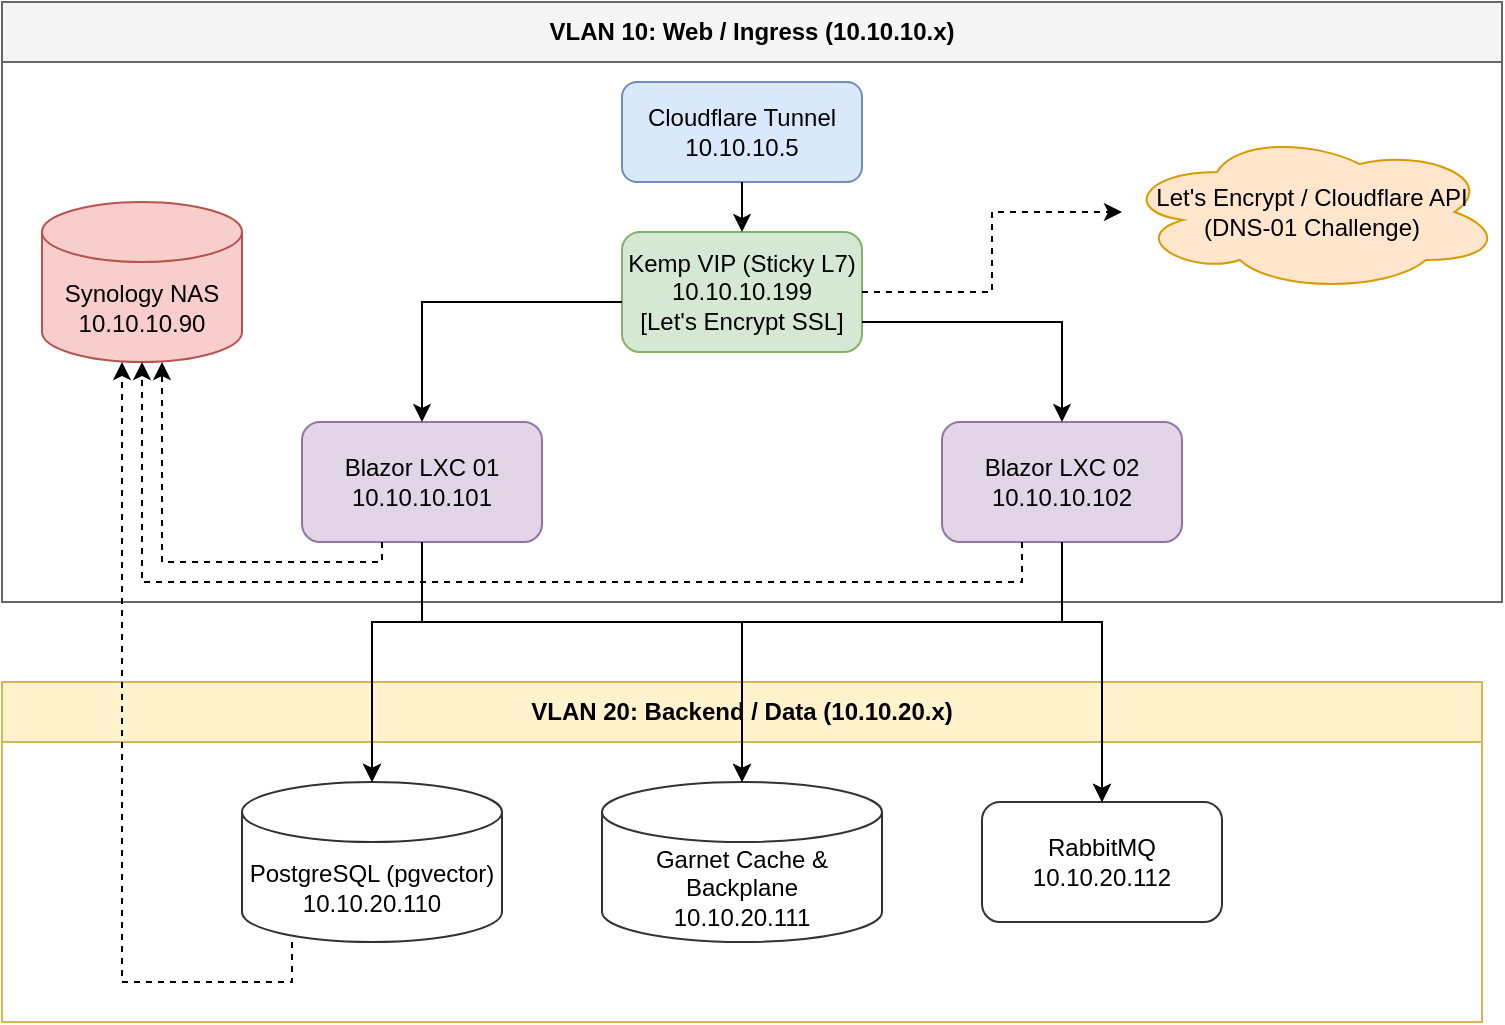
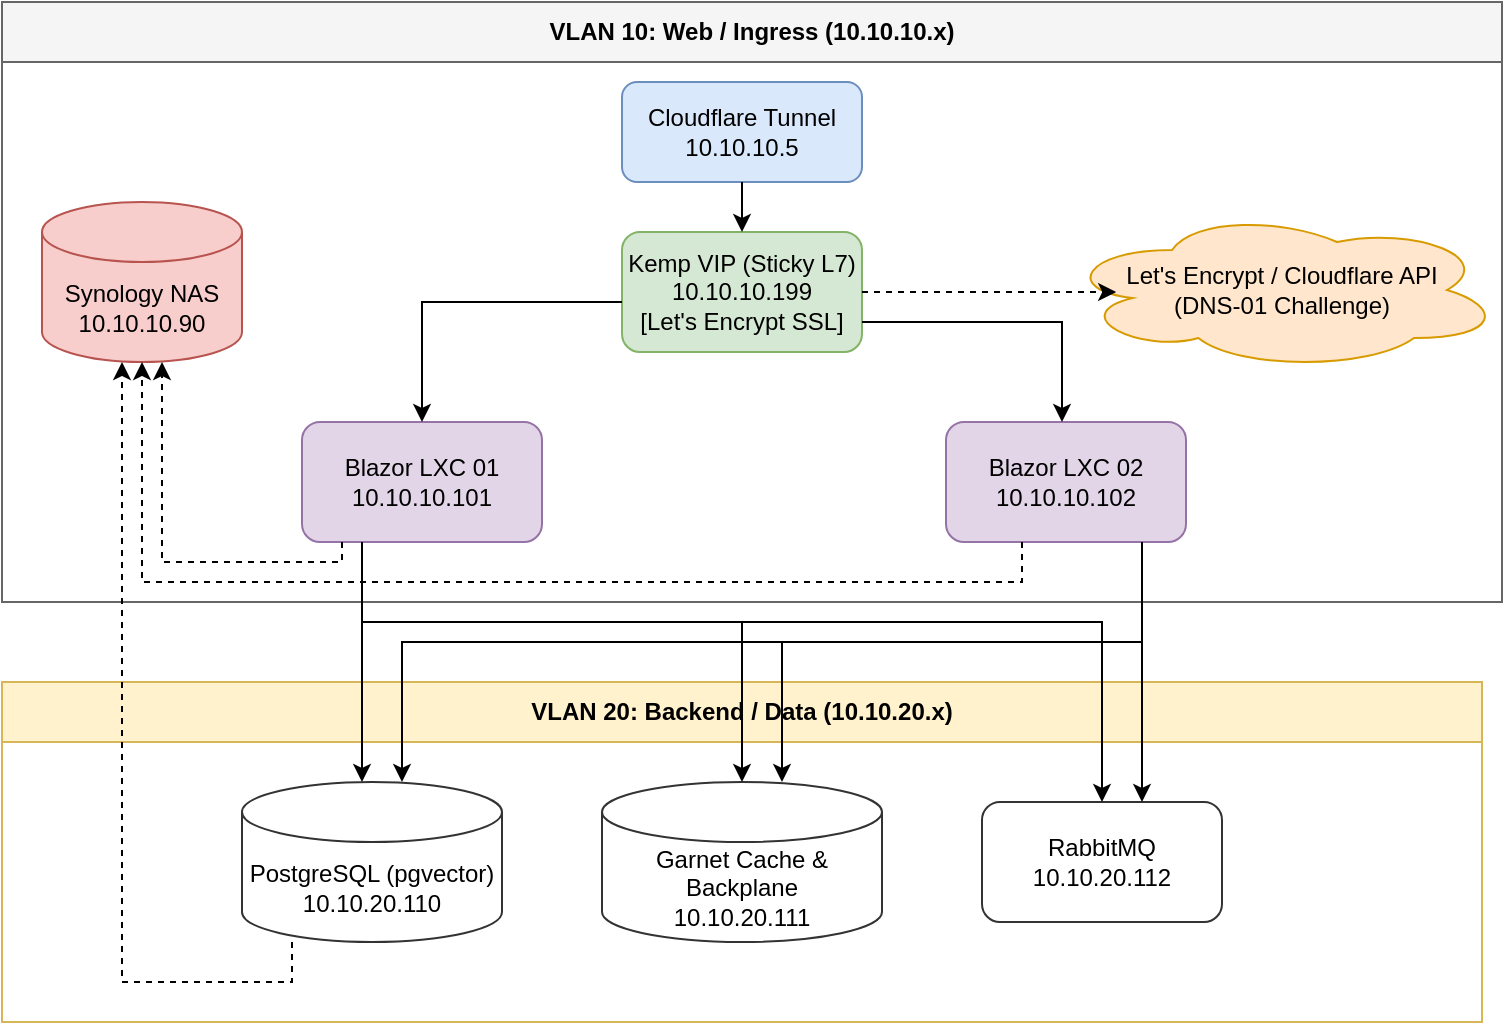
<mxfile host="65bd71144e">
    <diagram id="arch" name="Architecture">
-         <mxGraphModel dx="766" dy="645" grid="1" gridSize="10" guides="1" tooltips="1" connect="1" arrows="1" fold="1" page="1" pageScale="1" pageWidth="827" pageHeight="1169" math="0" shadow="0">
+         <mxGraphModel dx="901" dy="759" grid="1" gridSize="10" guides="1" tooltips="1" connect="1" arrows="1" fold="1" page="1" pageScale="1" pageWidth="827" pageHeight="1169" math="0" shadow="0">
            <root>
                <mxCell id="0"/>
                <mxCell id="1" parent="0"/>
                <mxCell id="vlan10" value="VLAN 10: Web / Ingress (10.10.10.x)" style="swimlane;whiteSpace=wrap;html=1;startSize=30;fillColor=#f5f5f5;strokeColor=#666666;" parent="1" vertex="1">
                    <mxGeometry x="40" y="40" width="750" height="300" as="geometry"/>
                </mxCell>
                <mxCell id="2" value="Kemp VIP (Sticky L7)&#xa;10.10.10.199&#xa;[Let&#39;s Encrypt SSL]" style="rounded=1;whiteSpace=wrap;html=1;fillColor=#d5e8d4;strokeColor=#82b366;" vertex="1" parent="vlan10">
                    <mxGeometry x="310" y="115" width="120" height="60" as="geometry"/>
                </mxCell>
                <mxCell id="3" value="Let&#39;s Encrypt / Cloudflare API&#xa;(DNS-01 Challenge)" style="ellipse;shape=cloud;whiteSpace=wrap;html=1;fillColor=#ffe6cc;strokeColor=#d79b00;" vertex="1" parent="vlan10">
-                     <mxGeometry x="560" y="65" width="190" height="80" as="geometry"/>
+                     <mxGeometry x="530" y="104" width="220" height="80" as="geometry"/>
                </mxCell>
-                 <mxCell id="4" style="edgeStyle=orthogonalEdgeStyle;rounded=0;orthogonalLoop=1;jettySize=auto;html=1;dashed=1;" edge="1" parent="vlan10" source="2" target="3">
-                     <mxGeometry relative="1" as="geometry"/>
+                 <mxCell id="4" style="edgeStyle=orthogonalEdgeStyle;rounded=0;orthogonalLoop=1;jettySize=auto;html=1;dashed=1;entryX=0.123;entryY=0.513;entryDx=0;entryDy=0;entryPerimeter=0;" edge="1" parent="vlan10" source="2" target="3">
+                     <mxGeometry relative="1" as="geometry">
+                         <mxPoint x="550" y="80" as="targetPoint"/>
+                         <Array as="points">
+                             <mxPoint x="557" y="145"/>
+                         </Array>
+                     </mxGeometry>
                </mxCell>
                <mxCell id="cloudflare" value="Cloudflare Tunnel&#xa;10.10.10.5" style="rounded=1;whiteSpace=wrap;html=1;fillColor=#dae8fc;strokeColor=#6c8ebf;" parent="vlan10" vertex="1">
                    <mxGeometry x="310" y="40" width="120" height="50" as="geometry"/>
                </mxCell>
                <mxCell id="blazor1" value="Blazor LXC 01&#xa;10.10.10.101" style="rounded=1;whiteSpace=wrap;html=1;fillColor=#e1d5e7;strokeColor=#9673a6;" parent="vlan10" vertex="1">
                    <mxGeometry x="150" y="210" width="120" height="60" as="geometry"/>
                </mxCell>
                <mxCell id="blazor2" value="Blazor LXC 02&#xa;10.10.10.102" style="rounded=1;whiteSpace=wrap;html=1;fillColor=#e1d5e7;strokeColor=#9673a6;" parent="vlan10" vertex="1">
-                     <mxGeometry x="470" y="210" width="120" height="60" as="geometry"/>
+                     <mxGeometry x="472" y="210" width="120" height="60" as="geometry"/>
                </mxCell>
                <mxCell id="nas" value="Synology NAS&#xa;10.10.10.90" style="shape=cylinder3;whiteSpace=wrap;html=1;boundedLbl=1;backgroundOutline=1;size=15;fillColor=#f8cecc;strokeColor=#b85450;" parent="vlan10" vertex="1">
                    <mxGeometry x="20" y="100" width="100" height="80" as="geometry"/>
                </mxCell>
                <mxCell id="e3" style="edgeStyle=orthogonalEdgeStyle;rounded=0;orthogonalLoop=1;jettySize=auto;html=1;" parent="vlan10" source="2" target="blazor2" edge="1">
                    <mxGeometry relative="1" as="geometry">
                        <mxPoint x="430" y="140" as="sourcePoint"/>
                        <Array as="points">
                            <mxPoint x="530" y="160"/>
                        </Array>
                    </mxGeometry>
                </mxCell>
                <mxCell id="e2" style="edgeStyle=orthogonalEdgeStyle;rounded=0;orthogonalLoop=1;jettySize=auto;html=1;" parent="vlan10" source="2" target="blazor1" edge="1">
                    <mxGeometry relative="1" as="geometry">
                        <mxPoint x="310" y="140" as="sourcePoint"/>
                        <Array as="points">
                            <mxPoint x="210" y="150"/>
                        </Array>
                    </mxGeometry>
                </mxCell>
                <mxCell id="e1" style="edgeStyle=orthogonalEdgeStyle;rounded=0;orthogonalLoop=1;jettySize=auto;html=1;" parent="vlan10" source="cloudflare" target="2" edge="1">
                    <mxGeometry relative="1" as="geometry">
                        <mxPoint x="370" y="115" as="targetPoint"/>
                    </mxGeometry>
                </mxCell>
                <mxCell id="vlan20" value="VLAN 20: Backend / Data (10.10.20.x)" style="swimlane;whiteSpace=wrap;html=1;startSize=30;fillColor=#fff2cc;strokeColor=#d6b656;" parent="1" vertex="1">
                    <mxGeometry x="40" y="380" width="740" height="170" as="geometry"/>
                </mxCell>
                <mxCell id="postgres" value="PostgreSQL (pgvector)&#xa;10.10.20.110" style="shape=cylinder3;whiteSpace=wrap;html=1;boundedLbl=1;backgroundOutline=1;size=15;fillColor=#ffffff;strokeColor=#333333;" parent="vlan20" vertex="1">
                    <mxGeometry x="120" y="50" width="130" height="80" as="geometry"/>
                </mxCell>
                <mxCell id="garnet" value="Garnet Cache &amp; Backplane&#xa;10.10.20.111" style="shape=cylinder3;whiteSpace=wrap;html=1;boundedLbl=1;backgroundOutline=1;size=15;fillColor=#ffffff;strokeColor=#333333;" parent="vlan20" vertex="1">
                    <mxGeometry x="300" y="50" width="140" height="80" as="geometry"/>
                </mxCell>
                <mxCell id="rabbitmq" value="RabbitMQ&#xa;10.10.20.112" style="rounded=1;whiteSpace=wrap;html=1;fillColor=#ffffff;strokeColor=#333333;" parent="vlan20" vertex="1">
                    <mxGeometry x="490" y="60" width="120" height="60" as="geometry"/>
                </mxCell>
                <mxCell id="w1_pg" style="edgeStyle=orthogonalEdgeStyle;rounded=0;orthogonalLoop=1;jettySize=auto;html=1;" parent="1" source="blazor1" target="postgres" edge="1">
                    <mxGeometry relative="1" as="geometry">
                        <Array as="points">
-                             <mxPoint x="250" y="350"/>
-                             <mxPoint x="225" y="350"/>
+                             <mxPoint x="220" y="370"/>
+                             <mxPoint x="220" y="370"/>
                        </Array>
                    </mxGeometry>
                </mxCell>
                <mxCell id="w1_gar" style="edgeStyle=orthogonalEdgeStyle;rounded=0;orthogonalLoop=1;jettySize=auto;html=1;" parent="1" source="blazor1" target="garnet" edge="1">
                    <mxGeometry relative="1" as="geometry">
                        <Array as="points">
-                             <mxPoint x="250" y="350"/>
+                             <mxPoint x="220" y="350"/>
                            <mxPoint x="410" y="350"/>
                        </Array>
                    </mxGeometry>
                </mxCell>
                <mxCell id="w1_rmq" style="edgeStyle=orthogonalEdgeStyle;rounded=0;orthogonalLoop=1;jettySize=auto;html=1;" parent="1" source="blazor1" target="rabbitmq" edge="1">
                    <mxGeometry relative="1" as="geometry">
                        <Array as="points">
-                             <mxPoint x="250" y="350"/>
+                             <mxPoint x="220" y="350"/>
                            <mxPoint x="590" y="350"/>
                        </Array>
                    </mxGeometry>
                </mxCell>
                <mxCell id="w1_nas" style="edgeStyle=orthogonalEdgeStyle;rounded=0;orthogonalLoop=1;jettySize=auto;dashed=1;" parent="1" source="blazor1" target="nas" edge="1">
                    <mxGeometry relative="1" as="geometry">
                        <Array as="points">
-                             <mxPoint x="230" y="320"/>
+                             <mxPoint x="210" y="320"/>
                            <mxPoint x="120" y="320"/>
                        </Array>
                    </mxGeometry>
                </mxCell>
                <mxCell id="w2_pg" style="edgeStyle=orthogonalEdgeStyle;rounded=0;orthogonalLoop=1;jettySize=auto;html=1;" parent="1" source="blazor2" target="postgres" edge="1">
                    <mxGeometry relative="1" as="geometry">
                        <Array as="points">
-                             <mxPoint x="570" y="350"/>
-                             <mxPoint x="225" y="350"/>
+                             <mxPoint x="610" y="360"/>
+                             <mxPoint x="240" y="360"/>
                        </Array>
                    </mxGeometry>
                </mxCell>
                <mxCell id="w2_gar" style="edgeStyle=orthogonalEdgeStyle;rounded=0;orthogonalLoop=1;jettySize=auto;html=1;" parent="1" source="blazor2" target="garnet" edge="1">
                    <mxGeometry relative="1" as="geometry">
                        <Array as="points">
-                             <mxPoint x="570" y="350"/>
-                             <mxPoint x="410" y="350"/>
+                             <mxPoint x="610" y="360"/>
+                             <mxPoint x="430" y="360"/>
                        </Array>
                    </mxGeometry>
                </mxCell>
                <mxCell id="w2_rmq" style="edgeStyle=orthogonalEdgeStyle;rounded=0;orthogonalLoop=1;jettySize=auto;html=1;" parent="1" source="blazor2" target="rabbitmq" edge="1">
                    <mxGeometry relative="1" as="geometry">
                        <Array as="points">
-                             <mxPoint x="570" y="350"/>
-                             <mxPoint x="590" y="350"/>
+                             <mxPoint x="610" y="330"/>
+                             <mxPoint x="610" y="330"/>
                        </Array>
                    </mxGeometry>
                </mxCell>
                <mxCell id="w2_nas" style="edgeStyle=orthogonalEdgeStyle;rounded=0;orthogonalLoop=1;jettySize=auto;dashed=1;" parent="1" source="blazor2" target="nas" edge="1">
                    <mxGeometry relative="1" as="geometry">
                        <Array as="points">
                            <mxPoint x="550" y="330"/>
                            <mxPoint x="110" y="330"/>
                        </Array>
                    </mxGeometry>
                </mxCell>
                <mxCell id="pg_nas" style="edgeStyle=orthogonalEdgeStyle;rounded=0;orthogonalLoop=1;jettySize=auto;html=1;dashed=1;" parent="1" source="postgres" target="nas" edge="1">
                    <mxGeometry relative="1" as="geometry">
                        <Array as="points">
                            <mxPoint x="185" y="530"/>
                            <mxPoint x="100" y="530"/>
                        </Array>
                    </mxGeometry>
                </mxCell>
            </root>
        </mxGraphModel>
    </diagram>
</mxfile>